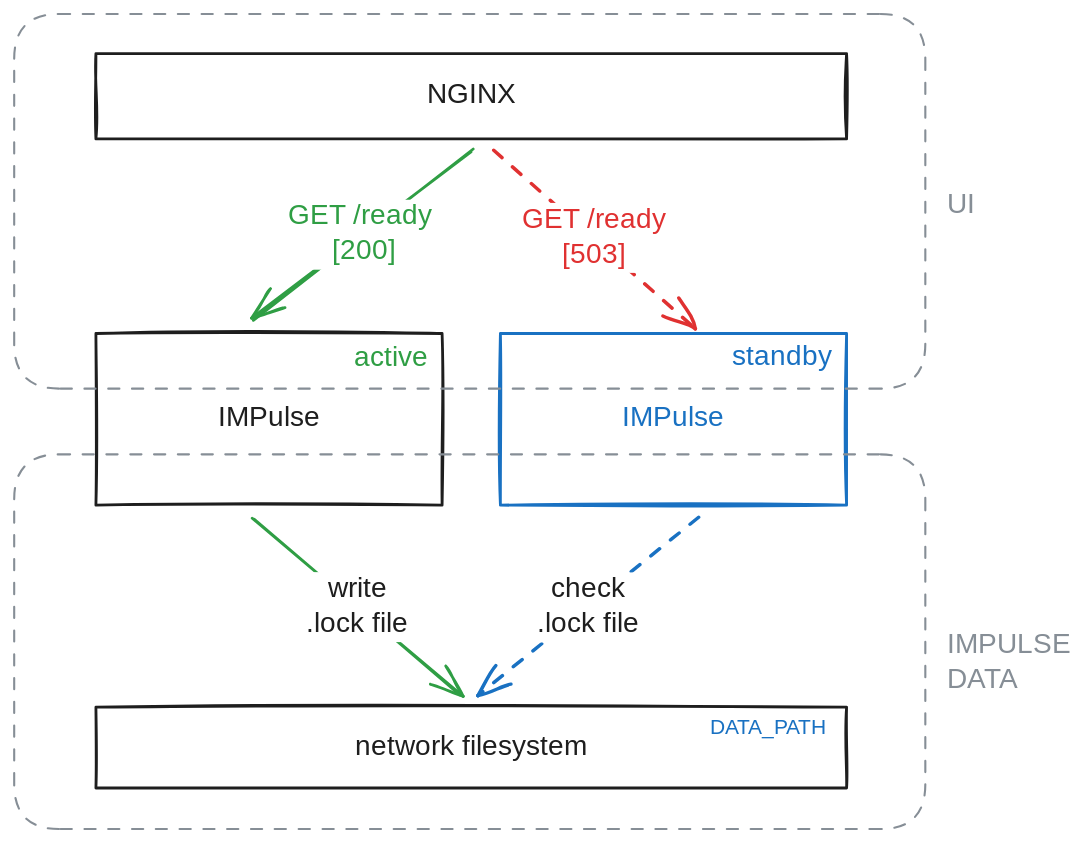
Before: docs/content/media/ha.excalidraw.svg, a diagram exported from Excalidraw (eslupmi/impulse). Source tidied: one line per element, renumbered; positions are measured from the earlier drawing's top-left corner, leaving out a move shared by most shapes.
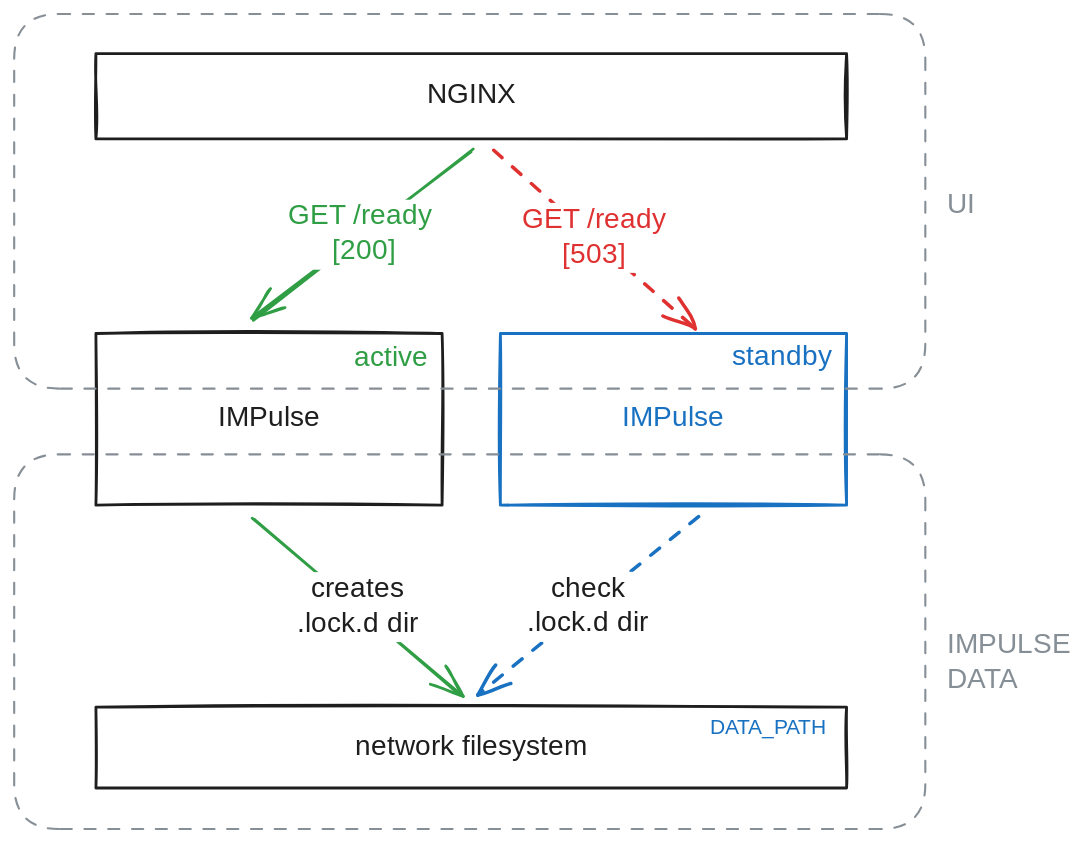
After the change.

Commit message:
Lock with creating .lock.d directory

Diff of the diagram source:
```diff
@@ -6,9 +6,9 @@
 {"id": 5, "type": "rectangle", "strokeColor": "#1971c2", "strokeWidth": 2, "roughness": 1, "x": 347, "y": 228, "width": 247, "height": 123}
 {"id": 6, "type": "text", "text": "IMPulse", "strokeColor": "#1971c2", "strokeWidth": 2, "roughness": 1, "fontSize": 20, "fontFamily": 5, "textAlign": "center", "verticalAlign": "middle", "inside": 5, "x": 433, "y": 277, "width": 77, "height": 25}
 {"id": 7, "type": "arrow", "strokeColor": "#2f9e44", "strokeWidth": 2, "roughness": 1, "endArrowhead": "arrow", "round": true, "from": 2, "to": 0, "x": 171, "y": 360, "width": 148, "height": 127, "points": [[0, 0], [148, 127]]}
-{"id": 8, "type": "text", "text": "write\n.lock file", "strokeColor": "#1e1e1e", "strokeWidth": 2, "roughness": 1, "fontSize": 20, "fontFamily": 5, "textAlign": "center", "verticalAlign": "middle", "inside": 7, "x": 205, "y": 399, "width": 81, "height": 50}
+{"id": 8, "type": "text", "text": "creates\n.lock.d dir", "strokeColor": "#1e1e1e", "strokeWidth": 2, "roughness": 1, "fontSize": 20, "fontFamily": 5, "textAlign": "center", "verticalAlign": "middle", "inside": 7, "x": 198, "y": 399, "width": 94, "height": 50}
 {"id": 9, "type": "arrow", "strokeColor": "#1971c2", "strokeWidth": 2, "strokeStyle": "dashed", "roughness": 1, "endArrowhead": "arrow", "round": true, "from": 5, "to": 0, "x": 488, "y": 360, "width": 156, "height": 128, "points": [[0, 0], [-156, 128]]}
-{"id": 10, "type": "text", "text": "check\n.lock file", "strokeColor": "#1e1e1e", "strokeWidth": 2, "roughness": 1, "fontSize": 20, "fontFamily": 5, "textAlign": "center", "verticalAlign": "middle", "inside": 9, "x": 370, "y": 399, "width": 81, "height": 50}
+{"id": 10, "type": "text", "text": "check\n.lock.d dir", "strokeColor": "#1e1e1e", "strokeWidth": 2, "roughness": 1, "fontSize": 20, "fontFamily": 5, "textAlign": "center", "verticalAlign": "middle", "inside": 9, "x": 363, "y": 399, "width": 94, "height": 50}
 {"id": 11, "type": "rectangle", "strokeColor": "#1e1e1e", "strokeWidth": 2, "roughness": 1, "x": 58, "y": 28, "width": 536, "height": 61}
 {"id": 12, "type": "text", "text": "NGINX", "strokeColor": "#1e1e1e", "strokeWidth": 2, "roughness": 1, "fontSize": 20, "fontFamily": 5, "textAlign": "center", "verticalAlign": "middle", "inside": 11, "x": 294, "y": 46, "width": 64, "height": 25}
 {"id": 13, "type": "arrow", "strokeColor": "#2f9e44", "strokeWidth": 2, "roughness": 1, "endArrowhead": "arrow", "round": true, "from": 11, "to": 2, "x": 328, "y": 97, "width": 157, "height": 121, "points": [[0, 0], [-157, 121]]}
```
